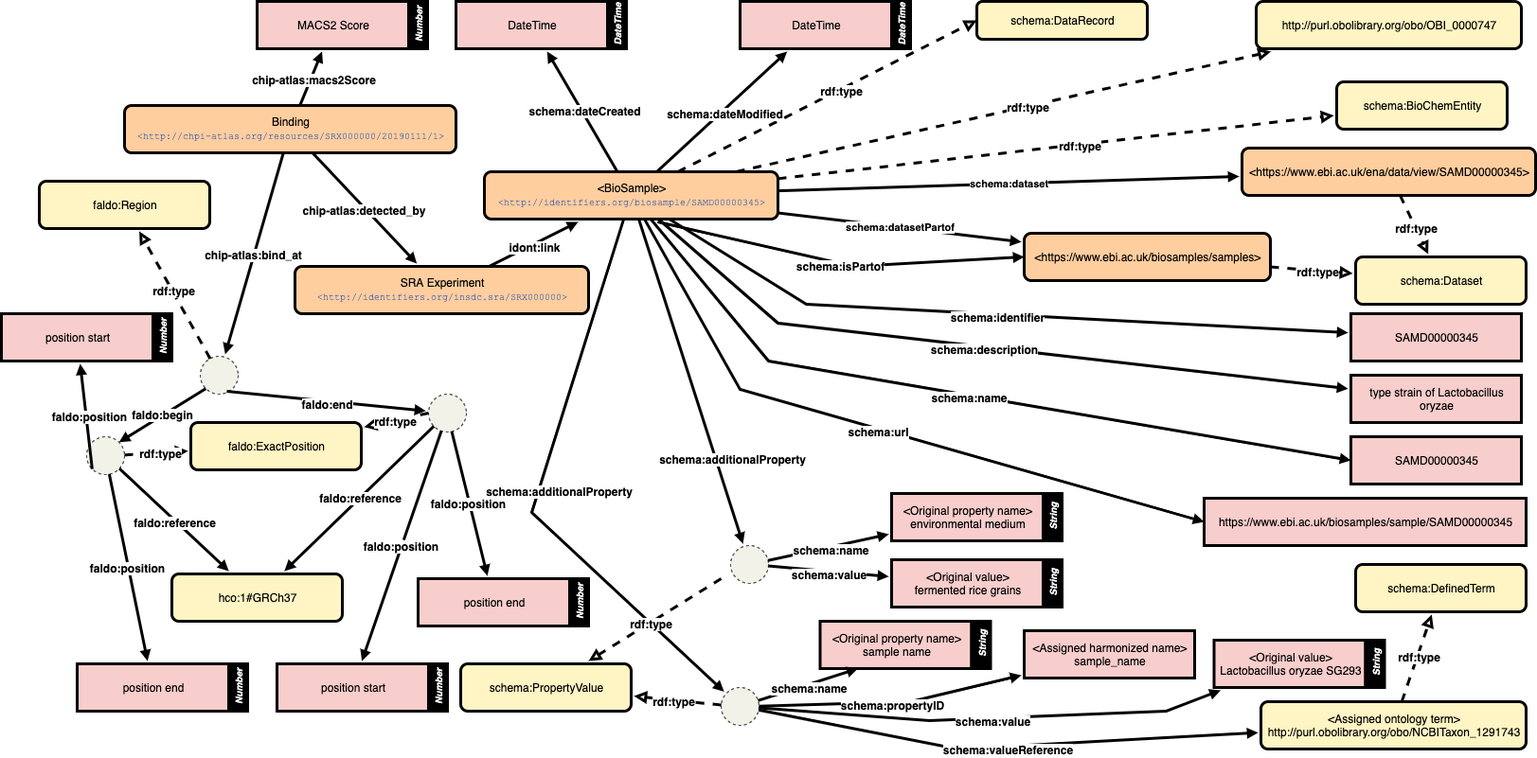
Earlier version of the draw.io export rdf/images/chipatlas_bindingsites_rdf.png (inutano/chip-atlas). Source tidied: cells renumbered, new cells last; positions are measured from the earlier drawing's top-left corner, leaving out a move shared by most shapes.
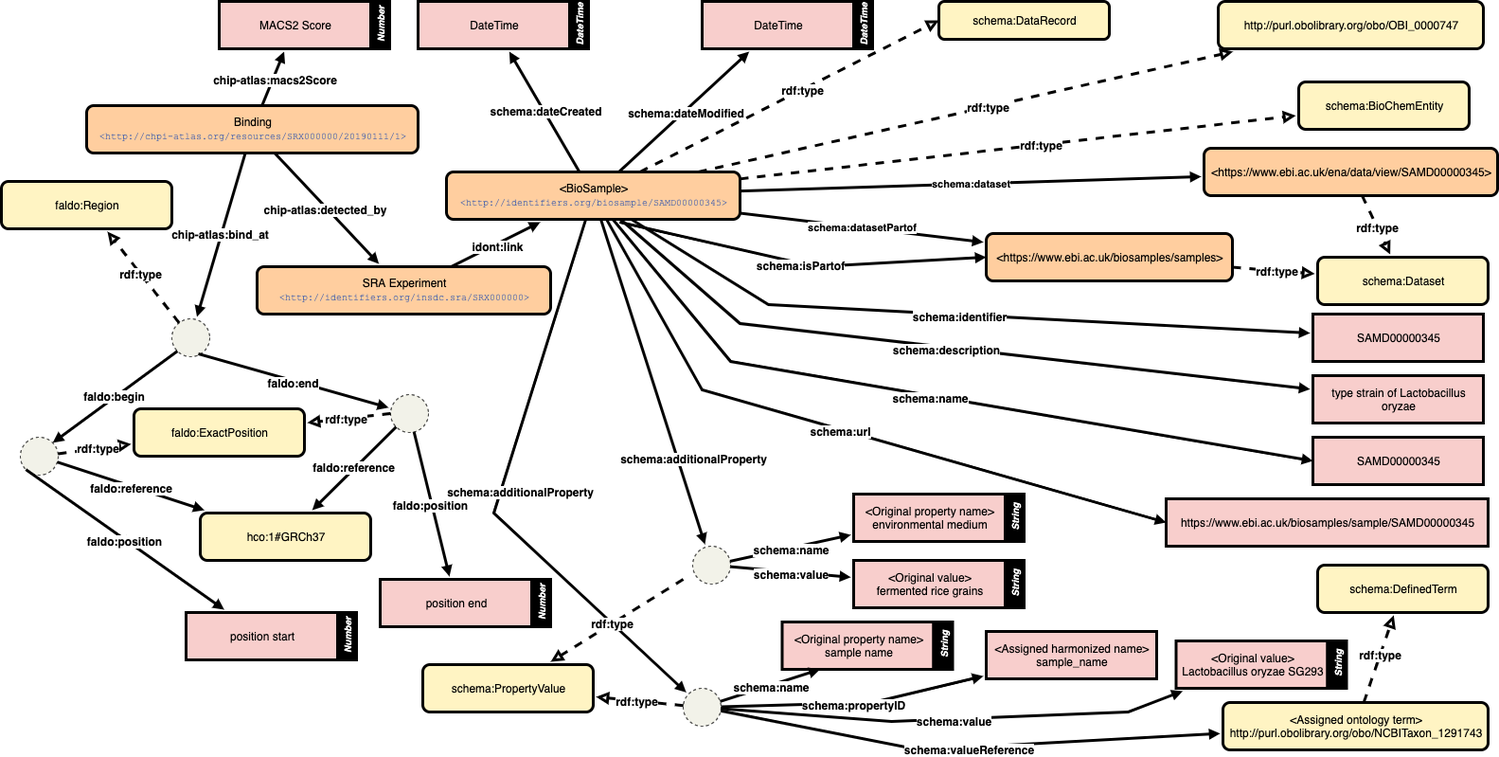
Later version of the same file.

Commit message:
make it slim / fixed model diagram

The edit, as a diff of the source:
```diff
@@ -5,6 +5,6 @@
     <mxCell id="2" style="ellipse;whiteSpace=wrap;html=1;fontFamily=Helvetica;fontSize=12;fontColor=#000000;align=center;strokeColor=#000000;fillColor=#F2F2E9;dashed=1;" parent="1" vertex="1">
-      <mxGeometry x="210" y="375" width="40" height="40" as="geometry" />
+      <mxGeometry x="220" y="335" width="40" height="40" as="geometry" />
     </mxCell>
     <mxCell id="3" style="rounded=0;html=1;endArrow=block;endFill=1;strokeWidth=3;targetPerimeterSpacing=3;endSize=4;" parent="1" edge="1" source="134" target="2">
-      <mxGeometry x="-680" y="80" as="geometry" />
+      <mxGeometry x="-710" y="70" as="geometry" />
     </mxCell>
@@ -14,3 +14,3 @@
     <mxCell id="5" style="rounded=0;html=1;endArrow=block;endFill=0;dashed=1;targetPerimeterSpacing=3;strokeWidth=3;" parent="1" edge="1" source="2" target="45">
-      <mxGeometry x="-280" y="360" as="geometry" />
+      <mxGeometry x="-310" y="350" as="geometry" />
     </mxCell>
@@ -20,3 +20,3 @@
     <mxCell id="7" style="rounded=0;html=1;endArrow=block;endFill=1;strokeWidth=3;targetPerimeterSpacing=3;endSize=4;exitX=0;exitY=1;exitDx=0;exitDy=0;entryX=1;entryY=0;entryDx=0;entryDy=0;" parent="1" edge="1" source="2" target="11">
-      <mxGeometry x="-390" y="350" as="geometry" />
+      <mxGeometry x="-420" y="340" as="geometry" />
     </mxCell>
@@ -26,3 +26,3 @@
     <mxCell id="9" style="rounded=0;html=1;endArrow=block;endFill=1;strokeWidth=3;targetPerimeterSpacing=3;endSize=4;exitX=0.7;exitY=0.925;exitDx=0;exitDy=0;exitPerimeter=0;" parent="1" edge="1" source="2" target="12">
-      <mxGeometry x="-690" y="100" as="geometry" />
+      <mxGeometry x="-720" y="90" as="geometry" />
     </mxCell>
@@ -32,3 +32,3 @@
     <mxCell id="11" style="ellipse;whiteSpace=wrap;html=1;fontFamily=Helvetica;fontSize=12;fontColor=#000000;align=center;strokeColor=#000000;fillColor=#F2F2E9;dashed=1;" parent="1" vertex="1">
-      <mxGeometry x="90" y="460" width="40" height="40" as="geometry" />
+      <mxGeometry x="60" y="460" width="40" height="40" as="geometry" />
     </mxCell>
@@ -38,3 +38,3 @@
     <mxCell id="13" value="f" style="rounded=0;html=1;endArrow=block;endFill=1;strokeWidth=3;targetPerimeterSpacing=3;endSize=4;exitX=0;exitY=1;exitDx=0;exitDy=0;" parent="1" edge="1" source="11" target="16">
-      <mxGeometry x="-650" y="260" as="geometry" />
+      <mxGeometry x="-680" y="250" as="geometry" />
     </mxCell>
@@ -44,3 +44,3 @@
     <mxCell id="15" style="group;" parent="1" vertex="1">
-      <mxGeometry y="330" width="195" height="50" as="geometry" />
+      <mxGeometry x="235" y="645" width="195" height="50" as="geometry" />
     </mxCell>
@@ -52,34 +52,4 @@
     </mxCell>
-    <mxCell id="18" style="group;" parent="1" vertex="1">
-      <mxGeometry x="80" y="700" width="195" height="50" as="geometry" />
-    </mxCell>
-    <mxCell id="19" value="position end" style="whiteSpace=wrap;html=1;rounded=0;fillColor=#F8CECC;strokeWidth=3;glass=0;shadow=0;strokeColor=#000000;" parent="18" vertex="1">
-      <mxGeometry width="160" height="50" as="geometry" />
-    </mxCell>
-    <mxCell id="20" value="&lt;font color=&quot;#ffffff&quot;&gt;&lt;i&gt;Number&lt;/i&gt;&lt;/font&gt;" style="whiteSpace=wrap;html=1;fillColor=#000000;fontStyle=1;rotation=-90;fontSize=10;strokeWidth=3;" parent="18" vertex="1">
-      <mxGeometry x="145" y="15" width="50" height="20" as="geometry" />
-    </mxCell>
-    <mxCell id="21" style="rounded=0;html=1;endArrow=block;endFill=1;strokeWidth=3;targetPerimeterSpacing=3;endSize=4;" parent="1" edge="1" source="11" target="19">
-      <mxGeometry x="-710" y="400" as="geometry" />
-    </mxCell>
-    <mxCell id="22" value="faldo:position" style="text;html=1;align=center;verticalAlign=middle;labelBackgroundColor=#ffffff;rounded=1;fontStyle=1;" parent="21" vertex="1">
-      <mxGeometry y="-2" relative="1" as="geometry" />
-    </mxCell>
-    <mxCell id="23" style="group;" parent="1" vertex="1">
-      <mxGeometry x="291" y="700" width="195" height="50" as="geometry" />
-    </mxCell>
-    <mxCell id="24" value="position start" style="whiteSpace=wrap;html=1;rounded=0;fillColor=#F8CECC;strokeWidth=3;glass=0;shadow=0;strokeColor=#000000;" parent="23" vertex="1">
-      <mxGeometry width="160" height="50" as="geometry" />
-    </mxCell>
-    <mxCell id="25" value="&lt;font color=&quot;#ffffff&quot;&gt;&lt;i&gt;Number&lt;/i&gt;&lt;/font&gt;" style="whiteSpace=wrap;html=1;fillColor=#000000;fontStyle=1;rotation=-90;fontSize=10;strokeWidth=3;" parent="23" vertex="1">
-      <mxGeometry x="145" y="15" width="50" height="20" as="geometry" />
-    </mxCell>
-    <mxCell id="26" value="f" style="rounded=0;html=1;endArrow=block;endFill=1;strokeWidth=3;targetPerimeterSpacing=3;endSize=4;" parent="1" edge="1" source="12" target="24">
-      <mxGeometry x="-640" y="270" as="geometry" />
-    </mxCell>
-    <mxCell id="27" value="faldo:position" style="text;html=1;align=center;verticalAlign=middle;labelBackgroundColor=#ffffff;rounded=1;fontStyle=1;" parent="26" vertex="1">
-      <mxGeometry y="-2" relative="1" as="geometry" />
-    </mxCell>
     <mxCell id="28" style="rounded=0;html=1;endArrow=block;endFill=1;strokeWidth=3;targetPerimeterSpacing=3;endSize=4;" parent="1" edge="1" source="12" target="135">
-      <mxGeometry x="-302.9" y="394.7" as="geometry" />
+      <mxGeometry x="-332.9" y="384.7" as="geometry" />
     </mxCell>
@@ -89,3 +59,3 @@
     <mxCell id="30" style="rounded=0;html=1;endArrow=block;endFill=1;strokeWidth=3;targetPerimeterSpacing=3;endSize=4;" parent="1" edge="1" source="11" target="46">
-      <mxGeometry x="-400" y="660" as="geometry" />
+      <mxGeometry x="-430" y="650" as="geometry" />
     </mxCell>
@@ -95,3 +65,3 @@
     <mxCell id="32" style="rounded=0;html=1;endArrow=block;endFill=0;dashed=1;targetPerimeterSpacing=3;strokeWidth=3;" parent="1" edge="1" source="11" target="47">
-      <mxGeometry x="-400" y="660" as="geometry" />
+      <mxGeometry x="-430" y="650" as="geometry" />
     </mxCell>
@@ -101,3 +71,3 @@
     <mxCell id="34" style="rounded=0;html=1;endArrow=block;endFill=0;dashed=1;targetPerimeterSpacing=3;strokeWidth=3;exitX=0;exitY=0.5;exitDx=0;exitDy=0;" parent="1" edge="1" source="12" target="47">
-      <mxGeometry x="-700" y="410" as="geometry" />
+      <mxGeometry x="-730" y="400" as="geometry" />
     </mxCell>
@@ -107,3 +77,3 @@
     <mxCell id="36" style="rounded=0;html=1;endArrow=block;endFill=1;strokeWidth=3;targetPerimeterSpacing=3;endSize=4;" parent="1" edge="1" source="12" target="46">
-      <mxGeometry x="-700" y="410" as="geometry" />
+      <mxGeometry x="-730" y="400" as="geometry" />
     </mxCell>
@@ -113,3 +83,3 @@
     <mxCell id="38" style="rounded=0;html=1;endArrow=block;endFill=1;strokeWidth=3;targetPerimeterSpacing=3;endSize=4;" parent="1" edge="1" source="134" target="41">
-      <mxGeometry x="-670" y="90" as="geometry" />
+      <mxGeometry x="-700" y="80" as="geometry" />
     </mxCell>
@@ -128,3 +98,3 @@
     <mxCell id="43" style="rounded=0;html=1;endArrow=block;endFill=1;strokeWidth=3;targetPerimeterSpacing=3;endSize=4;" parent="1" edge="1" source="134" target="133">
-      <mxGeometry x="-660" y="100" as="geometry" />
+      <mxGeometry x="-690" y="90" as="geometry" />
     </mxCell>
@@ -137,9 +107,9 @@
     <mxCell id="46" value="hco:1#GRCh37" style="whiteSpace=wrap;html=1;rounded=1;strokeWidth=3;fillColor=#FFF4C3;" parent="1" vertex="1">
-      <mxGeometry x="180" y="605" width="180" height="50" as="geometry" />
+      <mxGeometry x="250" y="540" width="180" height="50" as="geometry" />
     </mxCell>
     <mxCell id="47" value="faldo:ExactPosition" style="whiteSpace=wrap;html=1;rounded=1;strokeWidth=3;fillColor=#FFF4C3;" parent="1" vertex="1">
-      <mxGeometry x="200" y="445" width="180" height="50" as="geometry" />
+      <mxGeometry x="180" y="430" width="180" height="50" as="geometry" />
     </mxCell>
     <mxCell id="48" style="rounded=0;html=1;endArrow=block;endFill=1;strokeWidth=3;targetPerimeterSpacing=3;endSize=4;" parent="1" edge="1" source="133" target="71">
-      <mxGeometry x="140" y="10" as="geometry" />
+      <mxGeometry x="110" as="geometry" />
     </mxCell>
@@ -152,3 +122,3 @@
     <mxCell id="51" style="rounded=0;html=1;endArrow=block;endFill=0;dashed=1;targetPerimeterSpacing=3;strokeWidth=3;entryX=0;entryY=0.5;entryDx=0;entryDy=0;" parent="1" edge="1" source="71" target="50">
-      <mxGeometry x="890" y="140" as="geometry" />
+      <mxGeometry x="860" y="130" as="geometry" />
     </mxCell>
@@ -161,3 +131,3 @@
     <mxCell id="54" style="rounded=0;html=1;endArrow=block;endFill=0;dashed=1;targetPerimeterSpacing=3;strokeWidth=3;" parent="1" edge="1" source="71" target="53">
-      <mxGeometry x="830" y="230" as="geometry" />
+      <mxGeometry x="800" y="220" as="geometry" />
     </mxCell>
@@ -170,3 +140,3 @@
     <mxCell id="57" style="rounded=0;html=1;endArrow=block;endFill=0;dashed=1;targetPerimeterSpacing=3;strokeWidth=3;" parent="1" edge="1" source="71" target="56">
-      <mxGeometry x="820" y="290" as="geometry" />
+      <mxGeometry x="790" y="280" as="geometry" />
     </mxCell>
@@ -176,3 +146,3 @@
     <mxCell id="59" value="&lt;b&gt;schema:dataset&lt;/b&gt;&lt;br&gt;" style="rounded=0;html=1;endArrow=block;endFill=1;strokeWidth=3;targetPerimeterSpacing=3;endSize=4;" parent="1" edge="1" source="71" target="63">
-      <mxGeometry x="760" y="250" as="geometry" />
+      <mxGeometry x="730" y="240" as="geometry" />
     </mxCell>
@@ -182,3 +152,3 @@
     <mxCell id="61" style="rounded=0;html=1;endArrow=block;endFill=0;dashed=1;targetPerimeterSpacing=3;strokeWidth=3;" parent="1" edge="1" source="63" target="60">
-      <mxGeometry x="1140" y="400" as="geometry" />
+      <mxGeometry x="1110" y="390" as="geometry" />
     </mxCell>
@@ -194,3 +164,3 @@
     <mxCell id="65" style="rounded=0;html=1;endArrow=block;endFill=0;dashed=1;targetPerimeterSpacing=3;strokeWidth=3;" parent="1" edge="1" source="64" target="60">
-      <mxGeometry x="1220" y="510" as="geometry" />
+      <mxGeometry x="1190" y="500" as="geometry" />
     </mxCell>
@@ -200,3 +170,3 @@
     <mxCell id="67" value="&lt;b&gt;schema:datasetPartof&lt;/b&gt;&lt;br&gt;" style="rounded=0;html=1;endArrow=block;endFill=1;strokeWidth=3;targetPerimeterSpacing=3;endSize=4;" parent="1" edge="1" source="71" target="64">
-      <mxGeometry x="740" y="310" as="geometry" />
+      <mxGeometry x="710" y="300" as="geometry" />
     </mxCell>
@@ -215,3 +185,3 @@
     <mxCell id="72" style="rounded=0;html=1;endArrow=block;endFill=1;strokeWidth=3;targetPerimeterSpacing=3;endSize=4;" parent="1" edge="1" source="71" target="69">
-      <mxGeometry x="550" y="170" as="geometry" />
+      <mxGeometry x="520" y="160" as="geometry" />
     </mxCell>
@@ -230,3 +200,3 @@
     <mxCell id="77" style="rounded=0;html=1;endArrow=block;endFill=1;strokeWidth=3;targetPerimeterSpacing=3;endSize=4;" parent="1" edge="1" source="71" target="75">
-      <mxGeometry x="640" y="330" as="geometry" />
+      <mxGeometry x="610" y="320" as="geometry" />
     </mxCell>
@@ -239,3 +209,3 @@
     <mxCell id="80" style="rounded=0;html=1;endArrow=block;endFill=1;strokeWidth=3;targetPerimeterSpacing=3;endSize=4;" parent="1" edge="1" source="71" target="79">
-      <mxGeometry x="650" y="380" as="geometry">
+      <mxGeometry x="620" y="370" as="geometry">
         <Array as="points">
@@ -249,3 +219,3 @@
     <mxCell id="82" style="rounded=0;html=1;endArrow=block;endFill=1;strokeWidth=3;targetPerimeterSpacing=3;endSize=4;entryX=0;entryY=0.5;entryDx=0;entryDy=0;exitX=0.59;exitY=1.06;exitDx=0;exitDy=0;exitPerimeter=0;" parent="1" edge="1" source="71" target="64">
-      <mxGeometry x="773" y="384" as="geometry">
+      <mxGeometry x="743" y="374" as="geometry">
         <Array as="points">
@@ -262,3 +232,3 @@
     <mxCell id="85" style="rounded=0;html=1;endArrow=block;endFill=1;strokeWidth=3;targetPerimeterSpacing=3;endSize=4;" parent="1" edge="1" source="71" target="84">
-      <mxGeometry x="540" y="360" as="geometry">
+      <mxGeometry x="510" y="350" as="geometry">
         <Array as="points">
@@ -275,3 +245,3 @@
     <mxCell id="88" style="rounded=0;html=1;endArrow=block;endFill=1;strokeWidth=3;targetPerimeterSpacing=3;endSize=4;entryX=0;entryY=0.5;entryDx=0;entryDy=0;" parent="1" edge="1" source="71" target="87">
-      <mxGeometry x="560" y="710" as="geometry">
+      <mxGeometry x="530" y="700" as="geometry">
         <Array as="points">
@@ -288,3 +258,3 @@
     <mxCell id="91" style="rounded=0;html=1;endArrow=block;endFill=1;strokeWidth=3;targetPerimeterSpacing=3;endSize=4;entryX=0;entryY=0.5;entryDx=0;entryDy=0;" parent="1" edge="1" source="71" target="90">
-      <mxGeometry x="560" y="780" as="geometry">
+      <mxGeometry x="530" y="770" as="geometry">
         <Array as="points">
@@ -304,3 +274,3 @@
     <mxCell id="95" style="rounded=0;html=1;endArrow=block;endFill=1;strokeWidth=3;targetPerimeterSpacing=3;endSize=4;" parent="1" edge="1" source="71" target="93">
-      <mxGeometry x="480" y="530" as="geometry">
+      <mxGeometry x="450" y="520" as="geometry">
         <Array as="points">
@@ -316,3 +286,3 @@
     <mxCell id="97" style="rounded=0;html=1;endArrow=block;endFill=1;strokeWidth=3;targetPerimeterSpacing=3;endSize=4;" parent="1" edge="1" source="71" target="94">
-      <mxGeometry x="710" y="580" as="geometry" />
+      <mxGeometry x="680" y="570" as="geometry" />
     </mxCell>
@@ -324,3 +294,3 @@
     <mxCell id="99" style="rounded=0;html=1;endArrow=block;endFill=0;dashed=1;targetPerimeterSpacing=3;strokeWidth=3;" parent="1" edge="1" target="101">
-      <mxGeometry x="490" y="790" as="geometry">
+      <mxGeometry x="460" y="780" as="geometry">
         <mxPoint x="760" y="610" as="sourcePoint" />
@@ -335,3 +305,3 @@
     <mxCell id="102" style="rounded=0;html=1;endArrow=block;endFill=0;dashed=1;targetPerimeterSpacing=3;strokeWidth=3;" parent="1" edge="1" source="93" target="101">
-      <mxGeometry x="650" y="800" as="geometry" />
+      <mxGeometry x="620" y="790" as="geometry" />
     </mxCell>
@@ -359,3 +329,3 @@
     <mxCell id="110" style="rounded=0;html=1;endArrow=block;endFill=1;strokeWidth=3;targetPerimeterSpacing=3;endSize=4;" parent="1" edge="1" source="94" target="105">
-      <mxGeometry x="780" y="670" as="geometry" />
+      <mxGeometry x="750" y="660" as="geometry" />
     </mxCell>
@@ -365,3 +335,3 @@
     <mxCell id="112" style="rounded=0;html=1;endArrow=block;endFill=1;strokeWidth=3;targetPerimeterSpacing=3;endSize=4;" parent="1" edge="1" source="94" target="108">
-      <mxGeometry x="820" y="720" as="geometry" />
+      <mxGeometry x="790" y="710" as="geometry" />
     </mxCell>
@@ -392,3 +362,3 @@
     <mxCell id="121" style="rounded=0;html=1;endArrow=block;endFill=1;strokeWidth=3;targetPerimeterSpacing=3;endSize=4;entryX=0.25;entryY=1;entryDx=0;entryDy=0;" parent="1" edge="1" source="93" target="115">
-      <mxGeometry x="820" y="810" as="geometry" />
+      <mxGeometry x="790" y="800" as="geometry" />
     </mxCell>
@@ -398,3 +368,3 @@
     <mxCell id="123" style="rounded=0;html=1;endArrow=block;endFill=1;strokeWidth=3;targetPerimeterSpacing=3;endSize=4;" parent="1" edge="1" source="93" target="132">
-      <mxGeometry x="860" y="800" as="geometry">
+      <mxGeometry x="830" y="790" as="geometry">
         <Array as="points">
@@ -408,3 +378,3 @@
     <mxCell id="125" style="rounded=0;html=1;endArrow=block;endFill=1;strokeWidth=3;targetPerimeterSpacing=3;endSize=4;" parent="1" edge="1" source="93" target="118">
-      <mxGeometry x="820" y="810" as="geometry">
+      <mxGeometry x="790" y="800" as="geometry">
         <Array as="points">
@@ -419,3 +389,3 @@
     <mxCell id="127" style="rounded=0;html=1;endArrow=block;endFill=1;strokeWidth=3;targetPerimeterSpacing=3;endSize=4;" parent="1" edge="1" source="93" target="120">
-      <mxGeometry x="600" y="840" as="geometry">
+      <mxGeometry x="570" y="830" as="geometry">
         <Array as="points">
@@ -432,3 +402,3 @@
     <mxCell id="130" style="rounded=0;html=1;endArrow=block;endFill=0;dashed=1;targetPerimeterSpacing=3;strokeWidth=3;" parent="1" edge="1" source="120" target="129">
-      <mxGeometry x="1450" y="730" as="geometry" />
+      <mxGeometry x="1420" y="720" as="geometry" />
     </mxCell>
```
